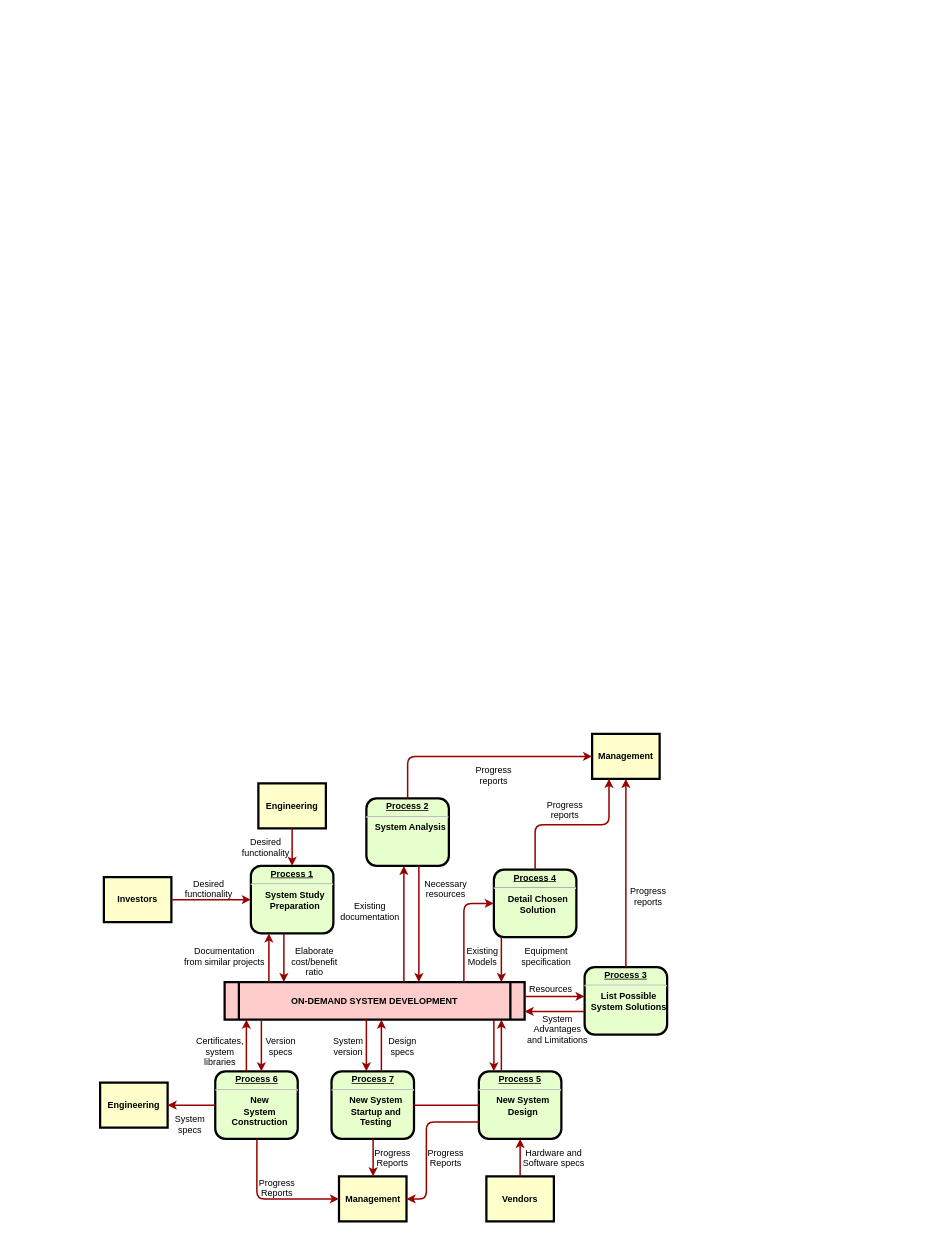
The draw.io diagram page "Dataflow" (2 of 2) of Entitlement Workflow.drawio in xiaowei90113/Design, before the edit. Source tidied: cells renumbered, new cells numbered last; positions are measured from the earlier drawing's top-left corner, leaving out a move shared by most shapes. Both pictures are drawn from the tidied source at 75%, with x=0, y=0 at pixel (100, 734).
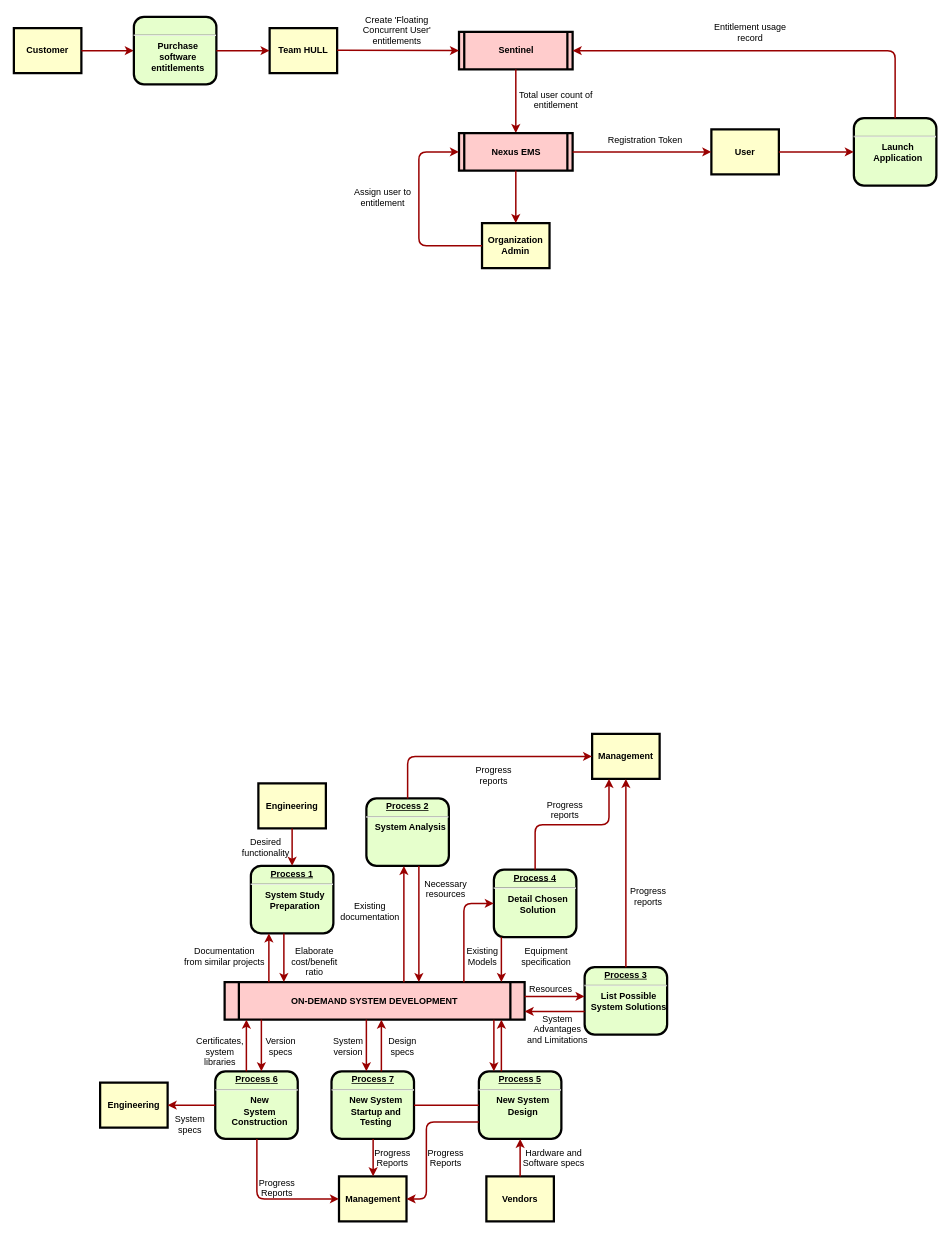
The same diagram, later.

The change refers to these unchanged cells:
```xml
<mxCell id="2" value="&lt;p style=&quot;margin: 0px; margin-top: 4px; text-align: center; text-decoration: underline;&quot;&gt;&lt;strong&gt;Process 1&lt;br /&gt;&lt;/strong&gt;&lt;/p&gt;&lt;hr /&gt;&lt;p style=&quot;margin: 0px; margin-left: 8px;&quot;&gt;System Study&lt;/p&gt;&lt;p style=&quot;margin: 0px; margin-left: 8px;&quot;&gt;Preparation&lt;/p&gt;" style="verticalAlign=middle;align=center;overflow=fill;fontSize=12;fontFamily=Helvetica;html=1;rounded=1;fontStyle=1;strokeWidth=3;fillColor=#E6FFCC;" parent="1" vertex="1">
  <mxGeometry x="201" y="176" width="110" height="90" as="geometry" />
</mxCell>
```

The edit, as a diff of the source:
```diff
@@
-    <mxCell id="4" value="Investors" style="whiteSpace=wrap;align=center;verticalAlign=middle;fontStyle=1;strokeWidth=3;fillColor=#FFFFCC;" parent="1" vertex="1">
-      <mxGeometry x="5" y="191" width="90" height="60" as="geometry" />
+    <mxCell id="4" value="Customer" style="whiteSpace=wrap;align=center;verticalAlign=middle;fontStyle=1;strokeWidth=3;fillColor=#FFFFCC;" parent="1" vertex="1">
+      <mxGeometry x="-115" y="-941" width="90" height="60" as="geometry" />
     </mxCell>
@@
-    <mxCell id="16" style="edgeStyle=none;noEdgeStyle=1;strokeColor=#990000;strokeWidth=2;" parent="1" edge="1" source="4" target="2">
-      <mxGeometry relative="1" as="geometry" />
+    <mxCell id="16" style="edgeStyle=none;noEdgeStyle=1;strokeColor=#990000;strokeWidth=2;" parent="1" edge="1" source="4">
+      <mxGeometry relative="1" as="geometry">
+        <mxPoint x="45" y="-911" as="targetPoint" />
+      </mxGeometry>
     </mxCell>
@@
-    <mxCell id="19" value="Desired &#10;functionality" style="text;spacingTop=-5;align=center;" parent="1" vertex="1">
-      <mxGeometry x="130" y="191" width="30" height="20" as="geometry" />
-    </mxCell>
@@
+    <mxCell id="63" value="Sentinel" style="shape=process;whiteSpace=wrap;align=center;verticalAlign=middle;size=0.0475;fontStyle=1;strokeWidth=3;fillColor=#FFCCCC;" parent="1" vertex="1">
+      <mxGeometry x="478.5" y="-936" width="151.5" height="50" as="geometry" />
+    </mxCell>
+    <mxCell id="64" value="Team HULL" style="whiteSpace=wrap;align=center;verticalAlign=middle;fontStyle=1;strokeWidth=3;fillColor=#FFFFCC;" parent="1" vertex="1">
+      <mxGeometry x="226" y="-941" width="90" height="60" as="geometry" />
+    </mxCell>
+    <mxCell id="65" style="edgeStyle=none;noEdgeStyle=1;strokeColor=#990000;strokeWidth=2;entryX=0;entryY=0.5;entryDx=0;entryDy=0;" parent="1" edge="1" target="63">
+      <mxGeometry relative="1" as="geometry">
+        <mxPoint x="316" y="-911.5" as="sourcePoint" />
+      </mxGeometry>
+    </mxCell>
+    <mxCell id="66" value="Create 'Floating Concurrent User' entitlements" style="text;spacingTop=-5;align=center;whiteSpace=wrap;" parent="1" vertex="1">
+      <mxGeometry x="343.5" y="-961" width="104" height="20" as="geometry" />
+    </mxCell>
+    <mxCell id="67" value="Organization Admin" style="whiteSpace=wrap;align=center;verticalAlign=middle;fontStyle=1;strokeWidth=3;fillColor=#FFFFCC;" parent="1" vertex="1">
+      <mxGeometry x="509.2" y="-681" width="90" height="60" as="geometry" />
+    </mxCell>
+    <mxCell id="68" style="edgeStyle=none;noEdgeStyle=1;strokeColor=#990000;strokeWidth=2;exitX=0.5;exitY=1;exitDx=0;exitDy=0;entryX=0.5;entryY=0;entryDx=0;entryDy=0;" parent="1" edge="1" source="63" target="69">
+      <mxGeometry relative="1" as="geometry" />
+    </mxCell>
+    <mxCell id="69" value="Nexus EMS" style="shape=process;whiteSpace=wrap;align=center;verticalAlign=middle;size=0.0475;fontStyle=1;strokeWidth=3;fillColor=#FFCCCC;" parent="1" vertex="1">
+      <mxGeometry x="478.5" y="-801" width="151.5" height="50" as="geometry" />
+    </mxCell>
+    <mxCell id="70" value="Assign user to entitlement" style="text;spacingTop=-5;align=center;whiteSpace=wrap;" parent="1" vertex="1">
+      <mxGeometry x="325" y="-731" width="104" height="30" as="geometry" />
+    </mxCell>
+    <mxCell id="71" value="Total user count of entitlement" style="text;spacingTop=-5;align=center;whiteSpace=wrap;" parent="1" vertex="1">
+      <mxGeometry x="556" y="-861" width="104" height="20" as="geometry" />
+    </mxCell>
+    <mxCell id="72" value="User" style="whiteSpace=wrap;align=center;verticalAlign=middle;fontStyle=1;strokeWidth=3;fillColor=#FFFFCC;" parent="1" vertex="1">
+      <mxGeometry x="815" y="-806" width="90" height="60" as="geometry" />
+    </mxCell>
+    <mxCell id="73" style="edgeStyle=none;noEdgeStyle=1;strokeColor=#990000;strokeWidth=2;entryX=0;entryY=0.5;entryDx=0;entryDy=0;exitX=1;exitY=0.5;exitDx=0;exitDy=0;" parent="1" edge="1" source="69" target="72">
+      <mxGeometry relative="1" as="geometry" />
+    </mxCell>
+    <mxCell id="74" style="edgeStyle=none;noEdgeStyle=1;strokeColor=#990000;strokeWidth=2;exitX=0.5;exitY=1;exitDx=0;exitDy=0;entryX=0.5;entryY=0;entryDx=0;entryDy=0;" parent="1" edge="1" source="69" target="67">
+      <mxGeometry relative="1" as="geometry" />
+    </mxCell>
+    <mxCell id="75" style="edgeStyle=none;noEdgeStyle=1;strokeColor=#990000;strokeWidth=2;exitX=0;exitY=0.5;exitDx=0;exitDy=0;entryX=0;entryY=0.5;entryDx=0;entryDy=0;" parent="1" edge="1" source="67" target="69">
+      <mxGeometry relative="1" as="geometry">
+        <Array as="points">
+          <mxPoint x="425" y="-651" />
+          <mxPoint x="425" y="-776" />
+        </Array>
+      </mxGeometry>
+    </mxCell>
+    <mxCell id="76" value="&lt;p style=&quot;margin: 0px; margin-top: 4px; text-align: center; text-decoration: underline;&quot;&gt;&lt;strong&gt;&lt;br&gt;&lt;/strong&gt;&lt;/p&gt;&lt;hr&gt;&lt;p style=&quot;margin: 0px; margin-left: 8px;&quot;&gt;Purchase software entitlements&lt;br&gt;&lt;/p&gt;" style="verticalAlign=middle;align=center;overflow=fill;fontSize=12;fontFamily=Helvetica;html=1;rounded=1;fontStyle=1;strokeWidth=3;fillColor=#E6FFCC;whiteSpace=wrap;" parent="1" vertex="1">
+      <mxGeometry x="45" y="-956" width="110" height="90" as="geometry" />
+    </mxCell>
+    <mxCell id="77" style="edgeStyle=none;noEdgeStyle=1;strokeColor=#990000;strokeWidth=2;exitX=1;exitY=0.5;exitDx=0;exitDy=0;entryX=0;entryY=0.5;entryDx=0;entryDy=0;" parent="1" edge="1" source="76" target="64">
+      <mxGeometry relative="1" as="geometry" />
+    </mxCell>
+    <mxCell id="78" value="Registration Token" style="text;spacingTop=-5;align=center;whiteSpace=wrap;" parent="1" vertex="1">
+      <mxGeometry x="675" y="-801" width="104" height="20" as="geometry" />
+    </mxCell>
+    <mxCell id="79" value="&lt;p style=&quot;margin: 0px; margin-top: 4px; text-align: center; text-decoration: underline;&quot;&gt;&lt;strong&gt;&lt;br&gt;&lt;/strong&gt;&lt;/p&gt;&lt;hr&gt;&lt;p style=&quot;margin: 0px; margin-left: 8px;&quot;&gt;Launch Application&lt;/p&gt;" style="verticalAlign=middle;align=center;overflow=fill;fontSize=12;fontFamily=Helvetica;html=1;rounded=1;fontStyle=1;strokeWidth=3;fillColor=#E6FFCC;whiteSpace=wrap;" parent="1" vertex="1">
+      <mxGeometry x="1005" y="-821" width="110" height="90" as="geometry" />
+    </mxCell>
+    <mxCell id="80" style="edgeStyle=none;noEdgeStyle=1;strokeColor=#990000;strokeWidth=2;exitX=0.5;exitY=0;exitDx=0;exitDy=0;entryX=1;entryY=0.5;entryDx=0;entryDy=0;" parent="1" edge="1" source="79" target="63">
+      <mxGeometry relative="1" as="geometry">
+        <Array as="points">
+          <mxPoint x="1060" y="-911" />
+        </Array>
+      </mxGeometry>
+    </mxCell>
+    <mxCell id="81" style="edgeStyle=none;noEdgeStyle=1;strokeColor=#990000;strokeWidth=2;entryX=0;entryY=0.5;entryDx=0;entryDy=0;exitX=1;exitY=0.5;exitDx=0;exitDy=0;" parent="1" edge="1" source="72" target="79">
+      <mxGeometry relative="1" as="geometry" />
+    </mxCell>
+    <mxCell id="82" value="Entitlement usage record" style="text;spacingTop=-5;align=center;whiteSpace=wrap;" parent="1" vertex="1">
+      <mxGeometry x="815" y="-951" width="104" height="20" as="geometry" />
+    </mxCell>
```
